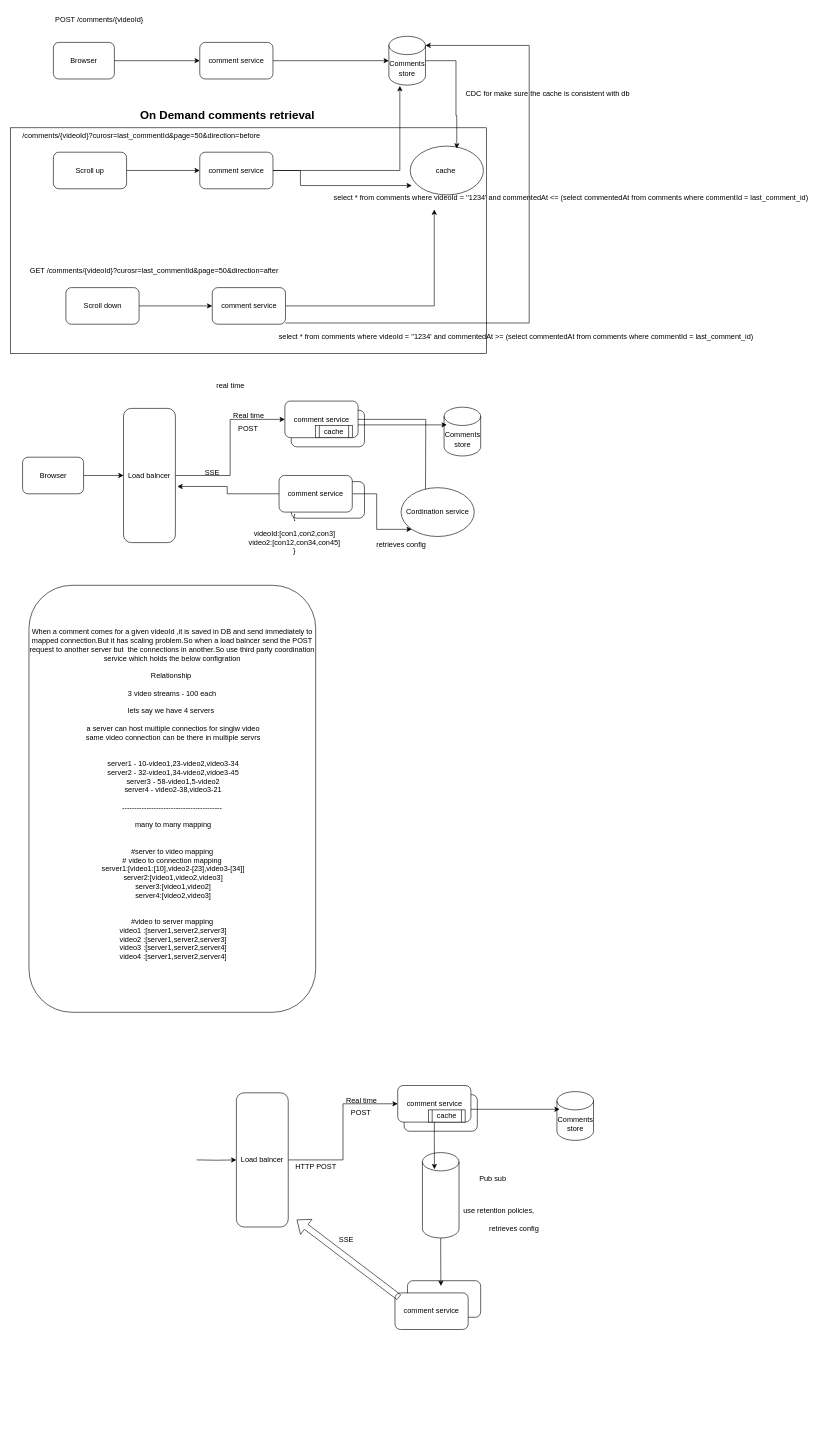
Earlier version of the draw.io diagram comments/Live comments.drawio (vemarajusaikrishna/hld). Source tidied: cells renumbered, new cells numbered last; positions are measured from the earlier drawing's top-left corner, leaving out a move shared by most shapes. Both pictures are drawn from the tidied source at 61%, with x=0, y=0 at pixel (10, 10).
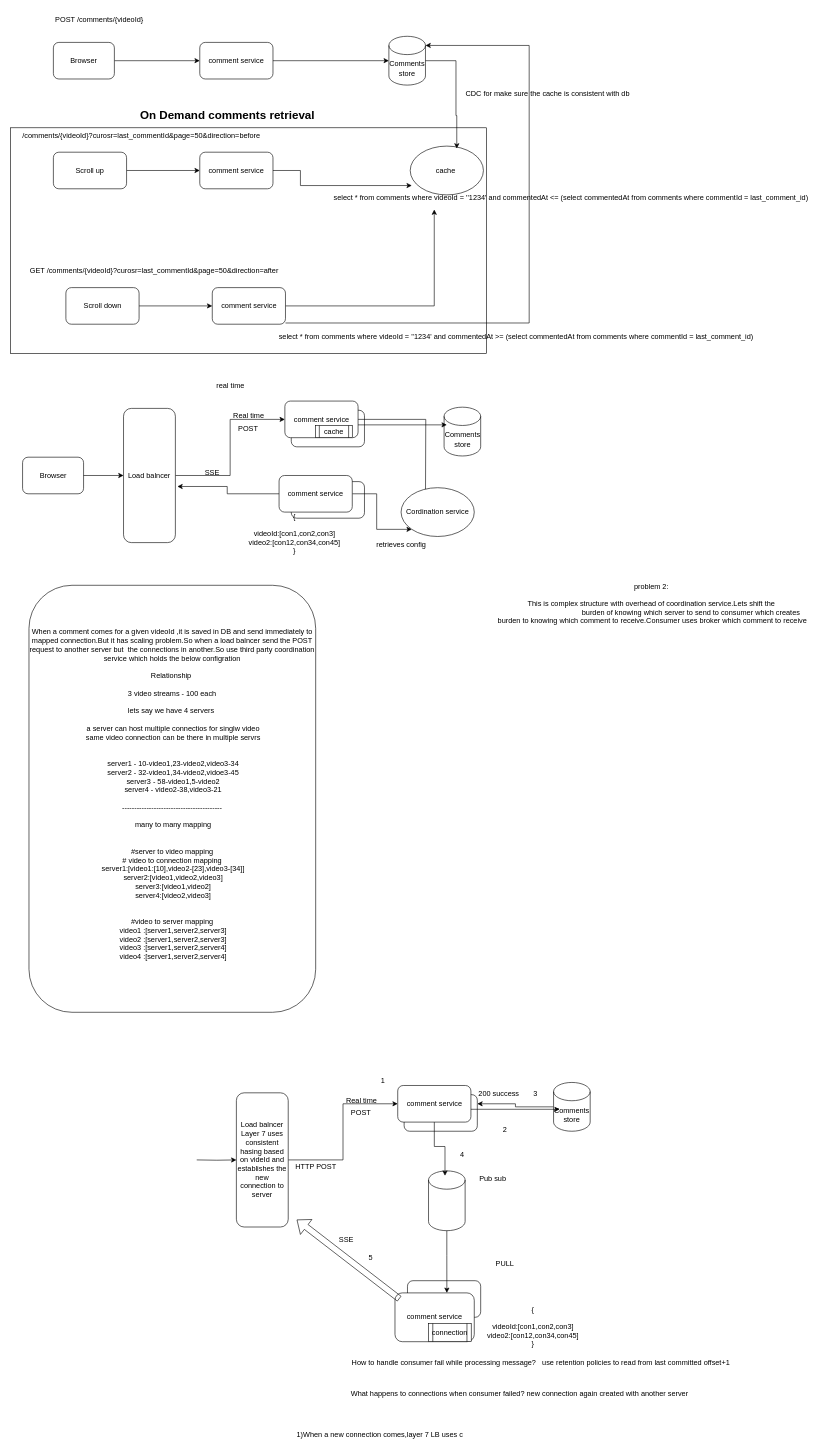
The same diagram, later.

The change refers to these unchanged cells:
```xml
<mxCell id="8" value="Comments store" style="shape=cylinder3;whiteSpace=wrap;html=1;boundedLbl=1;backgroundOutline=1;size=15;" parent="1" vertex="1">
  <mxGeometry x="620" y="42" width="60" height="80" as="geometry" />
</mxCell>
<mxCell id="14" value="comment service" style="rounded=1;whiteSpace=wrap;html=1;" parent="1" vertex="1">
  <mxGeometry x="310" y="232" width="120" height="60" as="geometry" />
</mxCell>
<mxCell id="44" style="rounded=1;whiteSpace=wrap;html=1;" parent="1" vertex="1">
  <mxGeometry x="645" y="1777" width="120" height="60" as="geometry" />
</mxCell>
<mxCell id="45" style="rounded=1;whiteSpace=wrap;html=1;" parent="1" vertex="1">
  <mxGeometry x="650.5" y="2082" width="120" height="60" as="geometry" />
</mxCell>
<mxCell id="51" value="comment service" style="rounded=1;whiteSpace=wrap;html=1;" parent="1" vertex="1">
  <mxGeometry x="634.5" y="1762" width="120" height="60" as="geometry" />
</mxCell>
```

What changed in the source:
```diff
@@
-    <mxCell id="13" style="edgeStyle=orthogonalEdgeStyle;rounded=0;jettySize=auto;html=1;entryX=0.3;entryY=1.017;entryDx=0;entryDy=0;entryPerimeter=0;" parent="1" edge="1" source="14" target="8">
-      <mxGeometry relative="1" as="geometry" />
-    </mxCell>
@@
     <mxCell id="47" value="comment service" style="rounded=1;whiteSpace=wrap;html=1;" parent="1" vertex="1">
-      <mxGeometry x="630" y="2102" width="120" height="60" as="geometry" />
+      <mxGeometry x="630" y="2102" width="130" height="80" as="geometry" />
     </mxCell>
+    <mxCell id="71" style="edgeStyle=orthogonalEdgeStyle;rounded=0;jettySize=auto;html=1;entryX=1;entryY=0.25;entryDx=0;entryDy=0;" parent="1" edge="1" source="48" target="44">
+      <mxGeometry relative="1" as="geometry" />
+    </mxCell>
     <mxCell id="48" value="Comments store" style="shape=cylinder3;whiteSpace=wrap;html=1;boundedLbl=1;backgroundOutline=1;size=15;" parent="1" vertex="1">
-      <mxGeometry x="895.5" y="1772" width="60" height="80" as="geometry" />
+      <mxGeometry x="890" y="1757" width="60" height="80" as="geometry" />
     </mxCell>
@@
-    <mxCell id="54" value="Load balncer" style="rounded=1;whiteSpace=wrap;html=1;" parent="1" vertex="1">
+    <mxCell id="54" value="Load balncer Layer 7 uses consistent hasing based on videId and establishes the new connection to server" style="rounded=1;whiteSpace=wrap;html=1;" parent="1" vertex="1">
       <mxGeometry x="370" y="1774" width="85" height="220" as="geometry" />
     </mxCell>
-    <mxCell id="55" value="cache" style="shape=process;whiteSpace=wrap;html=1;backgroundOutline=1;" parent="1" vertex="1">
-      <mxGeometry x="685" y="1802" width="60" height="20" as="geometry" />
-    </mxCell>
-    <mxCell id="56" value="retrieves config" style="text;html=1;align=center;verticalAlign=middle;strokeColor=none;fillColor=none;" parent="1" vertex="1">
-      <mxGeometry x="775" y="1982" width="100" height="30" as="geometry" />
-    </mxCell>
     <mxCell id="57" style="shape=cylinder3;whiteSpace=wrap;html=1;boundedLbl=1;backgroundOutline=1;size=15;" parent="1" vertex="1">
-      <mxGeometry x="675" y="1872" width="60" height="140" as="geometry" />
+      <mxGeometry x="685" y="1902" width="60" height="98" as="geometry" />
     </mxCell>
-    <mxCell id="58" style="edgeStyle=orthogonalEdgeStyle;rounded=0;jettySize=auto;html=1;entryX=0.328;entryY=0.195;entryDx=0;entryDy=0;entryPerimeter=0;" parent="1" edge="1" source="51" target="57">
-      <mxGeometry relative="1" as="geometry" />
-    </mxCell>
@@
-    <mxCell id="60" style="edgeStyle=orthogonalEdgeStyle;rounded=0;jettySize=auto;html=1;entryX=0.457;entryY=0.144;entryDx=0;entryDy=0;entryPerimeter=0;" parent="1" edge="1" source="57" target="45">
-      <mxGeometry relative="1" as="geometry" />
-    </mxCell>
-    <mxCell id="61" value="use retention policies," style="text;html=1;align=center;verticalAlign=middle;strokeColor=none;fillColor=none;" parent="1" vertex="1">
-      <mxGeometry x="730" y="1952" width="140" height="30" as="geometry" />
+    <mxCell id="61" value="use retention policies to read from last committed offset+1" style="text;html=1;align=center;verticalAlign=middle;strokeColor=none;fillColor=none;" parent="1" vertex="1">
+      <mxGeometry x="860" y="2202" width="330" height="30" as="geometry" />
     </mxCell>
@@
+    <mxCell id="72" value="PULL" style="text;html=1;align=center;verticalAlign=middle;strokeColor=none;fillColor=none;" parent="1" vertex="1">
+      <mxGeometry x="785" y="2040" width="50" height="30" as="geometry" />
+    </mxCell>
+    <mxCell id="73" value="How to handle consumer fail while processing message?" style="text;html=1;align=center;verticalAlign=middle;strokeColor=none;fillColor=none;" parent="1" vertex="1">
+      <mxGeometry x="545" y="2202" width="330" height="30" as="geometry" />
+    </mxCell>
+    <mxCell id="74" value="What happens to connections when consumer failed? new connection again created with another server" style="text;html=1;align=center;verticalAlign=middle;strokeColor=none;fillColor=none;" parent="1" vertex="1">
+      <mxGeometry x="544" y="2252" width="580" height="30" as="geometry" />
+    </mxCell>
+    <mxCell id="75" value="&lt;div&gt;problem 2:&lt;/div&gt;&lt;div&gt;&lt;br&gt;&lt;/div&gt;&lt;div&gt;This is complex structure with overhead of coordination service.Lets shift the&lt;/div&gt;&lt;div&gt;&amp;nbsp; &amp;nbsp; &amp;nbsp; &amp;nbsp; &amp;nbsp; &amp;nbsp; &amp;nbsp; &amp;nbsp; &amp;nbsp; &amp;nbsp; &amp;nbsp; &amp;nbsp; &amp;nbsp; &amp;nbsp; &amp;nbsp; &amp;nbsp; &amp;nbsp; &amp;nbsp; &amp;nbsp; &amp;nbsp;burden of knowing which server to send to consumer which creates&lt;/div&gt;&lt;div&gt;&amp;nbsp;burden to knowing which comment to receive.Consumer uses broker which comment to receive&lt;/div&gt;" style="text;html=1;align=center;verticalAlign=middle;strokeColor=none;fillColor=none;" parent="1" vertex="1">
+      <mxGeometry x="785" y="927" width="530" height="90" as="geometry" />
+    </mxCell>
+    <mxCell id="76" value="{&lt;div&gt;&lt;br&gt;&lt;/div&gt;&lt;div&gt;videoId:[con1,con2,con3]&lt;/div&gt;&lt;div&gt;video2:[con12,con34,con45]&lt;/div&gt;&lt;div&gt;}&lt;/div&gt;" style="text;html=1;align=center;verticalAlign=middle;strokeColor=none;fillColor=none;" parent="1" vertex="1">
+      <mxGeometry x="770.5" y="2112" width="170" height="90" as="geometry" />
+    </mxCell>
+    <mxCell id="77" value="connection" style="shape=process;whiteSpace=wrap;html=1;backgroundOutline=1;" parent="1" vertex="1">
+      <mxGeometry x="685" y="2152" width="70" height="30" as="geometry" />
+    </mxCell>
+    <mxCell id="78" value="1)When a new connection comes,layer 7 LB uses c" style="text;html=1;align=center;verticalAlign=middle;strokeColor=none;fillColor=none;" parent="1" vertex="1">
+      <mxGeometry x="455" y="2320" width="300" height="30" as="geometry" />
+    </mxCell>
+    <mxCell id="60" style="edgeStyle=orthogonalEdgeStyle;rounded=0;jettySize=auto;html=1;entryX=0.538;entryY=0.333;entryDx=0;entryDy=0;entryPerimeter=0;" parent="1" edge="1" source="57" target="45">
+      <mxGeometry relative="1" as="geometry" />
+    </mxCell>
+    <mxCell id="58" style="edgeStyle=orthogonalEdgeStyle;rounded=0;jettySize=auto;html=1;entryX=0.45;entryY=0.082;entryDx=0;entryDy=0;entryPerimeter=0;" parent="1" edge="1" source="51" target="57">
+      <mxGeometry relative="1" as="geometry" />
+    </mxCell>
+    <mxCell id="79" value="200 success" style="text;html=1;align=center;verticalAlign=middle;strokeColor=none;fillColor=none;" parent="1" vertex="1">
+      <mxGeometry x="755" y="1760" width="90" height="30" as="geometry" />
+    </mxCell>
+    <mxCell id="80" value="1" style="text;html=1;align=center;verticalAlign=middle;strokeColor=none;fillColor=none;" parent="1" vertex="1">
+      <mxGeometry x="595" y="1740" width="30" height="30" as="geometry" />
+    </mxCell>
+    <mxCell id="81" value="3" style="text;html=1;align=center;verticalAlign=middle;strokeColor=none;fillColor=none;" parent="1" vertex="1">
+      <mxGeometry x="845" y="1760" width="30" height="30" as="geometry" />
+    </mxCell>
+    <mxCell id="82" value="2" style="text;html=1;align=center;verticalAlign=middle;strokeColor=none;fillColor=none;" parent="1" vertex="1">
+      <mxGeometry x="795" y="1820" width="30" height="30" as="geometry" />
+    </mxCell>
+    <mxCell id="83" value="4" style="text;html=1;align=center;verticalAlign=middle;strokeColor=none;fillColor=none;" parent="1" vertex="1">
+      <mxGeometry x="725" y="1860" width="30" height="30" as="geometry" />
+    </mxCell>
+    <mxCell id="84" value="5" style="text;html=1;align=center;verticalAlign=middle;strokeColor=none;fillColor=none;" parent="1" vertex="1">
+      <mxGeometry x="575" y="2030" width="30" height="30" as="geometry" />
+    </mxCell>
```
